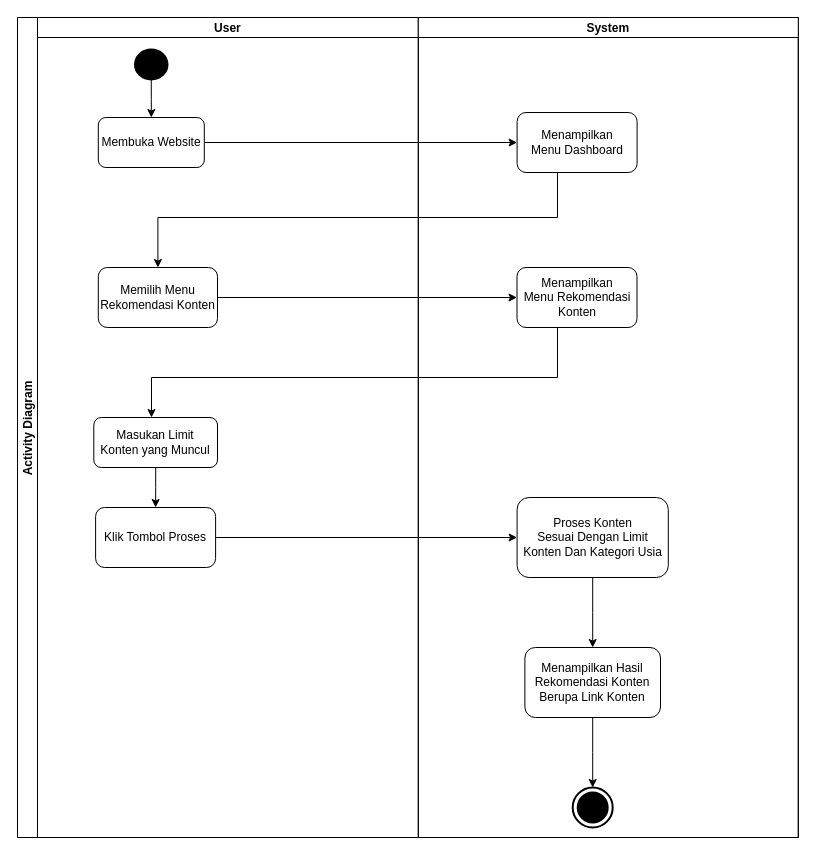
Earlier version of the draw.io diagram Activity Diagram Rekomendasi.drawio (abdraiin/Sistem-Rekomendasi-Konten). Source tidied: cells renumbered, new cells numbered last; positions are measured from the earlier drawing's top-left corner, leaving out a move shared by most shapes. Both pictures are drawn from the tidied source at 100%, with x=0, y=0 at pixel (17, 17).
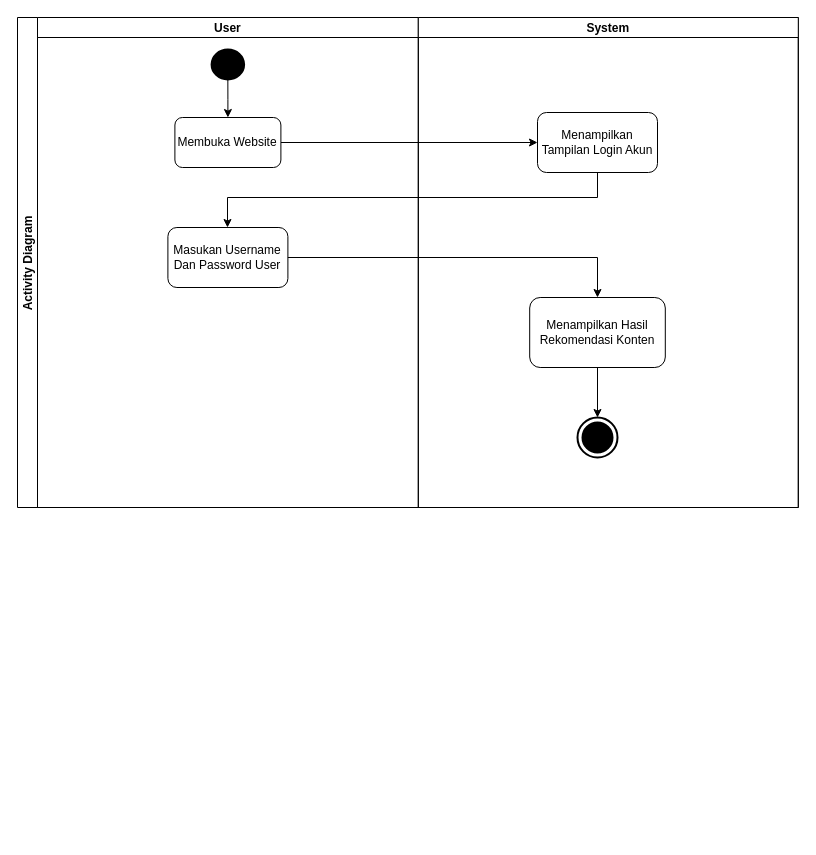
Above is the later version.

Diff of the diagram source:
```diff
@@
     <mxCell id="2" value="Activity Diagram" style="swimlane;startSize=20;horizontal=0;" parent="1" vertex="1">
-      <mxGeometry width="780.8" height="820" as="geometry" />
+      <mxGeometry width="780.8" height="490" as="geometry" />
     </mxCell>
@@
-    <mxCell id="4" style="edgeStyle=orthogonalEdgeStyle;rounded=0;jettySize=auto;html=1;" parent="2" edge="1" source="10" target="16">
-      <mxGeometry relative="1" as="geometry" />
-    </mxCell>
-    <mxCell id="5" style="edgeStyle=orthogonalEdgeStyle;rounded=0;jettySize=auto;html=1;" parent="2" edge="1" source="16" target="12">
-      <mxGeometry relative="1" as="geometry">
-        <Array as="points">
-          <mxPoint x="540" y="360" />
-          <mxPoint x="134" y="360" />
-        </Array>
-      </mxGeometry>
-    </mxCell>
     <mxCell id="6" value="User" style="swimlane;startSize=20;" parent="2" vertex="1">
-      <mxGeometry x="20" width="380.8" height="820" as="geometry" />
+      <mxGeometry x="20" width="380.8" height="490" as="geometry" />
     </mxCell>
@@
     <mxCell id="8" style="shape=ellipse;html=1;fillColor=strokeColor;strokeWidth=2;verticalLabelPosition=bottom;verticalAlignment=top;perimeter=ellipsePerimeter;" parent="6" vertex="1">
-      <mxGeometry x="97.5" y="32" width="32.5" height="30" as="geometry" />
+      <mxGeometry x="174.1" y="32" width="32.5" height="30" as="geometry" />
     </mxCell>
     <mxCell id="9" value="Membuka Website" style="rounded=1;whiteSpace=wrap;html=1;" parent="6" vertex="1">
-      <mxGeometry x="60.8" y="100" width="106" height="50" as="geometry" />
+      <mxGeometry x="137.4" y="100" width="106" height="50" as="geometry" />
     </mxCell>
-    <mxCell id="10" value="Memilih Menu&lt;div&gt;Rekomendasi Konten&lt;/div&gt;" style="rounded=1;whiteSpace=wrap;html=1;" parent="6" vertex="1">
-      <mxGeometry x="60.8" y="250" width="119.2" height="60" as="geometry" />
-    </mxCell>
-    <mxCell id="11" style="edgeStyle=orthogonalEdgeStyle;rounded=0;jettySize=auto;html=1;" parent="6" edge="1" source="12" target="13">
-      <mxGeometry relative="1" as="geometry" />
-    </mxCell>
-    <mxCell id="12" value="Masukan Limit&lt;div&gt;Konten yang Muncul&lt;/div&gt;" style="whiteSpace=wrap;html=1;rounded=1;" parent="6" vertex="1">
-      <mxGeometry x="56.3" y="400" width="123.7" height="50" as="geometry" />
-    </mxCell>
-    <mxCell id="13" value="Klik Tombol Proses" style="whiteSpace=wrap;html=1;rounded=1;" parent="6" vertex="1">
-      <mxGeometry x="58.1" y="490" width="120" height="60" as="geometry" />
-    </mxCell>
+    <mxCell id="24" value="Masukan Username&lt;div&gt;Dan Password User&lt;/div&gt;" style="whiteSpace=wrap;html=1;rounded=1;" parent="6" vertex="1">
+      <mxGeometry x="130.4" y="210" width="120" height="60" as="geometry" />
+    </mxCell>
     <mxCell id="14" value="System" style="swimlane;startSize=20;" parent="2" vertex="1">
-      <mxGeometry x="400.8" width="380" height="820" as="geometry" />
+      <mxGeometry x="400.8" width="380" height="490" as="geometry" />
     </mxCell>
-    <mxCell id="15" value="Menampilkan&lt;div&gt;Menu Dashboard&lt;/div&gt;" style="rounded=1;whiteSpace=wrap;html=1;" parent="14" vertex="1">
-      <mxGeometry x="98.8" y="95" width="120" height="60" as="geometry" />
+    <mxCell id="15" value="Menampilkan&lt;div&gt;Tampilan Login Akun&lt;/div&gt;" style="rounded=1;whiteSpace=wrap;html=1;" parent="14" vertex="1">
+      <mxGeometry x="119.2" y="95" width="120" height="60" as="geometry" />
     </mxCell>
-    <mxCell id="16" value="Menampilkan&lt;div&gt;Menu Rekomendasi&lt;/div&gt;&lt;div&gt;Konten&lt;/div&gt;" style="whiteSpace=wrap;html=1;rounded=1;" parent="14" vertex="1">
-      <mxGeometry x="98.7" y="250" width="120" height="60" as="geometry" />
-    </mxCell>
-    <mxCell id="17" style="edgeStyle=orthogonalEdgeStyle;rounded=0;jettySize=auto;html=1;" parent="14" edge="1" source="18" target="20">
-      <mxGeometry relative="1" as="geometry" />
-    </mxCell>
-    <mxCell id="18" value="Proses Konten&lt;div&gt;Sesuai Dengan Limit Konten Dan Kategori Usia&lt;/div&gt;" style="whiteSpace=wrap;html=1;rounded=1;" parent="14" vertex="1">
-      <mxGeometry x="98.8" y="480" width="151.2" height="80" as="geometry" />
-    </mxCell>
@@
-    <mxCell id="20" value="Menampilkan Hasil&lt;div&gt;Rekomendasi Konten&lt;/div&gt;&lt;div&gt;Berupa Link Konten&lt;/div&gt;" style="whiteSpace=wrap;html=1;rounded=1;" parent="14" vertex="1">
-      <mxGeometry x="106.6" y="630" width="135.6" height="70" as="geometry" />
+    <mxCell id="20" value="Menampilkan Hasil&lt;div&gt;Rekomendasi Konten&lt;/div&gt;" style="whiteSpace=wrap;html=1;rounded=1;" parent="14" vertex="1">
+      <mxGeometry x="111.4" y="280" width="135.6" height="70" as="geometry" />
     </mxCell>
     <mxCell id="21" style="html=1;shape=mxgraph.sysml.actFinal;strokeWidth=2;verticalLabelPosition=bottom;verticalAlignment=top;" parent="14" vertex="1">
-      <mxGeometry x="154.4" y="770" width="40" height="40" as="geometry" />
+      <mxGeometry x="159.2" y="400" width="40" height="40" as="geometry" />
     </mxCell>
-    <mxCell id="22" style="edgeStyle=orthogonalEdgeStyle;rounded=0;jettySize=auto;html=1;entryX=0.5;entryY=0;entryDx=0;entryDy=0;" parent="2" edge="1" source="15" target="10">
-      <mxGeometry relative="1" as="geometry">
-        <Array as="points">
-          <mxPoint x="540" y="200" />
-          <mxPoint x="140" y="200" />
-        </Array>
-      </mxGeometry>
-    </mxCell>
-    <mxCell id="23" style="edgeStyle=orthogonalEdgeStyle;rounded=0;jettySize=auto;html=1;" parent="2" edge="1" source="13" target="18">
-      <mxGeometry relative="1" as="geometry" />
-    </mxCell>
+    <mxCell id="25" style="edgeStyle=orthogonalEdgeStyle;rounded=0;jettySize=auto;html=1;" parent="2" edge="1" source="15" target="24">
+      <mxGeometry relative="1" as="geometry">
+        <Array as="points">
+          <mxPoint x="580" y="180" />
+          <mxPoint x="210" y="180" />
+        </Array>
+      </mxGeometry>
+    </mxCell>
+    <mxCell id="26" style="edgeStyle=orthogonalEdgeStyle;rounded=0;jettySize=auto;html=1;entryX=0.5;entryY=0;entryDx=0;entryDy=0;" parent="2" edge="1" source="24" target="20">
+      <mxGeometry relative="1" as="geometry" />
+    </mxCell>
```
